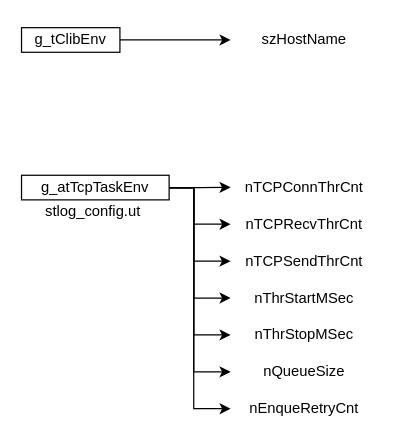
Before: CDR.drawio in JaeHyeon774/NEWTIL, a draw.io diagram. Source tidied: cells renumbered, new cells numbered last; positions are measured from the earlier drawing's top-left corner, leaving out a move shared by most shapes. Both pictures are drawn from the tidied source at 123%, with x=0, y=0 at pixel (21, 21).
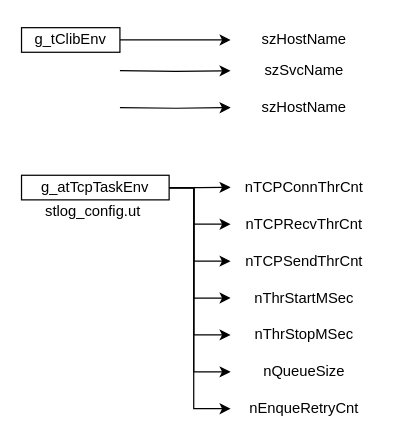
The same page after the edit.

The edit, as a diff of the source:
```diff
@@
+    <mxCell id="21" style="edgeStyle=orthogonalEdgeStyle;rounded=0;jettySize=auto;html=1;exitX=1;exitY=0.5;exitDx=0;exitDy=0;" parent="1" edge="1" target="22">
+      <mxGeometry relative="1" as="geometry">
+        <mxPoint x="80" y="40" as="sourcePoint" />
+      </mxGeometry>
+    </mxCell>
+    <mxCell id="22" value="szSvcName" style="text;html=1;align=center;verticalAlign=middle;whiteSpace=wrap;rounded=0;" parent="1" vertex="1">
+      <mxGeometry x="170" y="25" width="120" height="30" as="geometry" />
+    </mxCell>
+    <mxCell id="23" style="edgeStyle=orthogonalEdgeStyle;rounded=0;jettySize=auto;html=1;exitX=1;exitY=0.5;exitDx=0;exitDy=0;" parent="1" edge="1" target="24">
+      <mxGeometry relative="1" as="geometry">
+        <mxPoint x="80" y="70" as="sourcePoint" />
+      </mxGeometry>
+    </mxCell>
+    <mxCell id="24" value="szHostName" style="text;html=1;align=center;verticalAlign=middle;whiteSpace=wrap;rounded=0;" parent="1" vertex="1">
+      <mxGeometry x="170" y="55" width="120" height="30" as="geometry" />
+    </mxCell>
```
